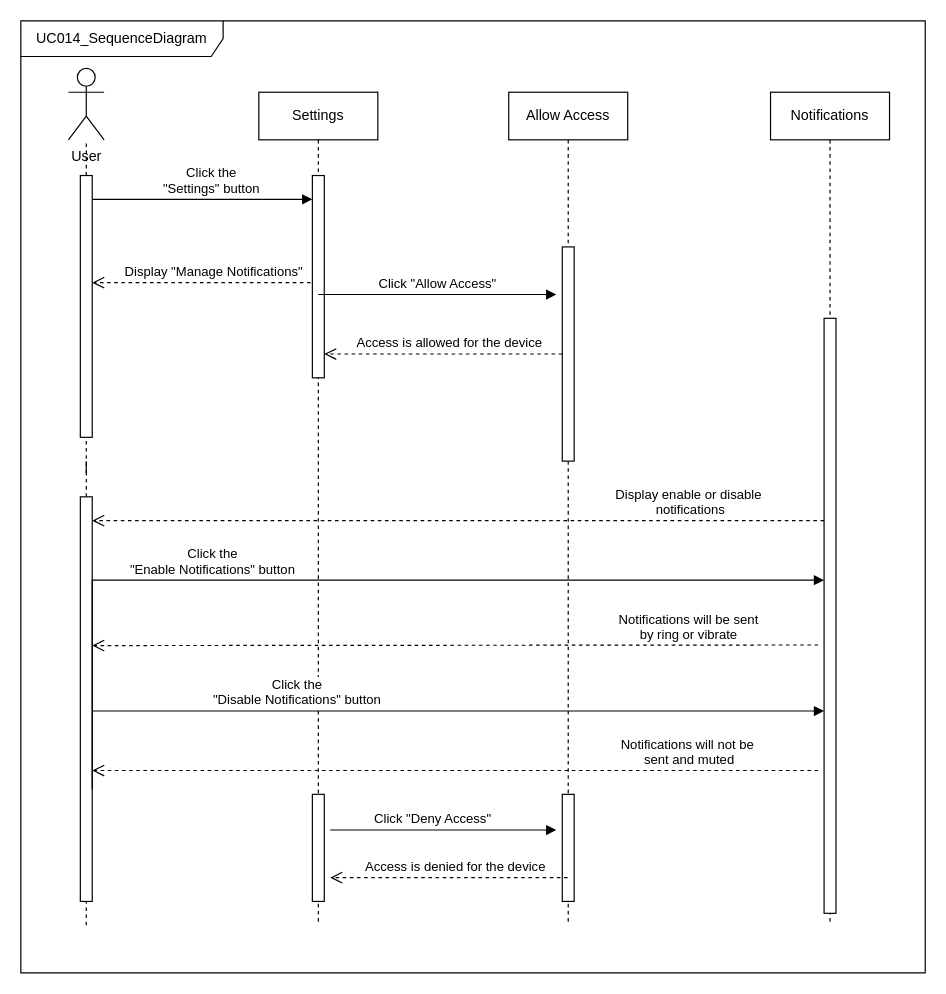
Above: proposal/submission/sec02/Allen/UC014/UC014_SequenceDiagram.drawio in drshahizan/software-engineering (draw.io), before the change. Source tidied: cells renumbered, new cells numbered last; positions are measured from the earlier drawing's top-left corner, leaving out a move shared by most shapes. Both pictures are drawn from the tidied source at 119%, with x=0, y=0 at pixel (20, 20).
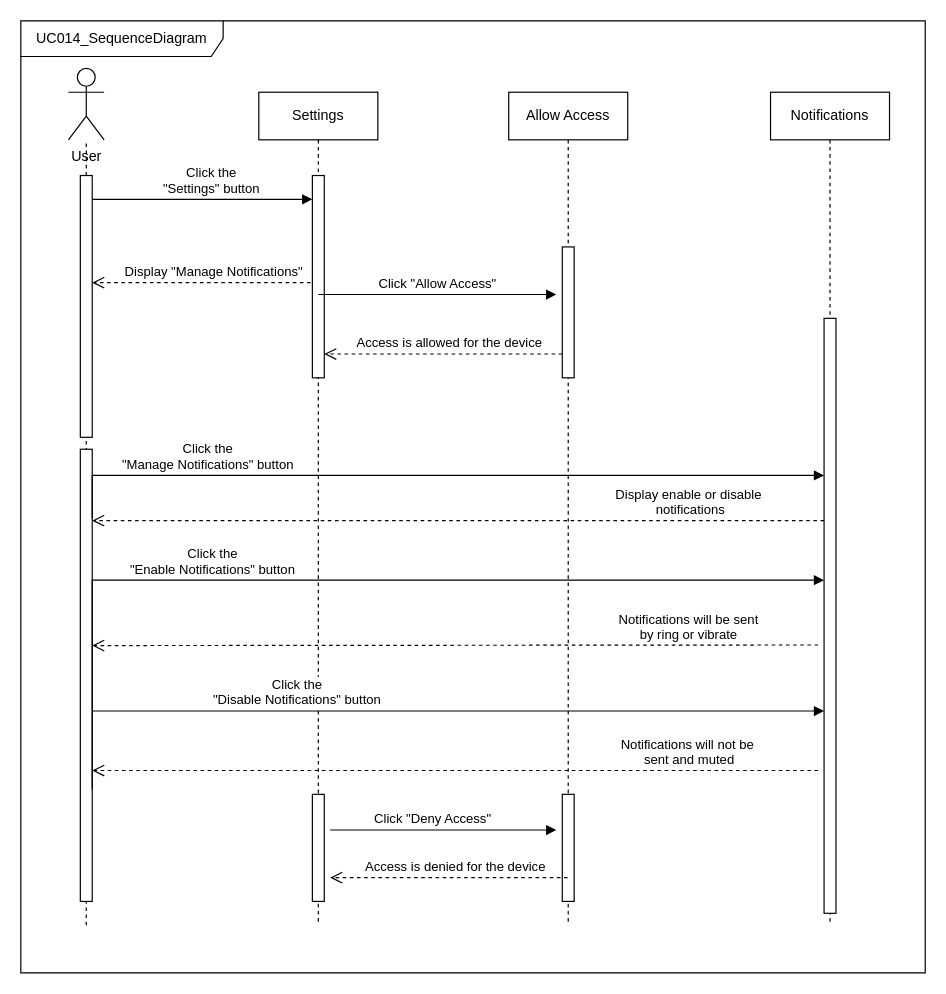
Above is the later version.

Commit message (it also covers changes not shown here):
Update activity and sequence diagram

The change refers to these unchanged cells:
```xml
<mxCell id="13" value="Allow Access" style="shape=umlLifeline;perimeter=lifelinePerimeter;whiteSpace=wrap;html=1;outlineConnect=0;portConstraint=eastwest;newEdgeStyle={&quot;edgeStyle&quot;:&quot;elbowEdgeStyle&quot;,&quot;elbow&quot;:&quot;vertical&quot;,&quot;curved&quot;:0,&quot;rounded&quot;:0};" parent="1" vertex="1">
  <mxGeometry x="410" y="60" width="100" height="700" as="geometry" />
</mxCell>
```

What changed in the source:
```diff
@@
     <mxCell id="14" style="html=1;points=[];perimeter=orthogonalPerimeter;outlineConnect=0;targetShapes=umlLifeline;portConstraint=eastwest;newEdgeStyle={&quot;edgeStyle&quot;:&quot;elbowEdgeStyle&quot;,&quot;elbow&quot;:&quot;vertical&quot;,&quot;curved&quot;:0,&quot;rounded&quot;:0};" parent="13" vertex="1">
-      <mxGeometry x="45" y="130" width="10" height="180" as="geometry" />
+      <mxGeometry x="45" y="130" width="10" height="110" as="geometry" />
     </mxCell>
@@
     <mxCell id="22" style="html=1;points=[];perimeter=orthogonalPerimeter;outlineConnect=0;targetShapes=umlLifeline;portConstraint=eastwest;newEdgeStyle={&quot;edgeStyle&quot;:&quot;elbowEdgeStyle&quot;,&quot;elbow&quot;:&quot;vertical&quot;,&quot;curved&quot;:0,&quot;rounded&quot;:0};" parent="1" vertex="1">
-      <mxGeometry x="50" y="400" width="10" height="340" as="geometry" />
+      <mxGeometry x="50" y="360" width="10" height="380" as="geometry" />
     </mxCell>
@@
+    <mxCell id="30" value="Click the&lt;br&gt;&quot;Manage Notifications&quot; button" style="html=1;verticalAlign=bottom;endArrow=block;edgeStyle=elbowEdgeStyle;elbow=vertical;curved=0;rounded=0;exitX=1;exitY=0.889;exitDx=0;exitDy=0;exitPerimeter=0;" parent="1" edge="1">
+      <mxGeometry x="-0.59" relative="1" as="geometry">
+        <mxPoint x="60" y="418" as="sourcePoint" />
+        <mxPoint x="675" y="382" as="targetPoint" />
+        <Array as="points">
+          <mxPoint x="430" y="382" />
+          <mxPoint x="340" y="372" />
+        </Array>
+      </mxGeometry>
+    </mxCell>
```
